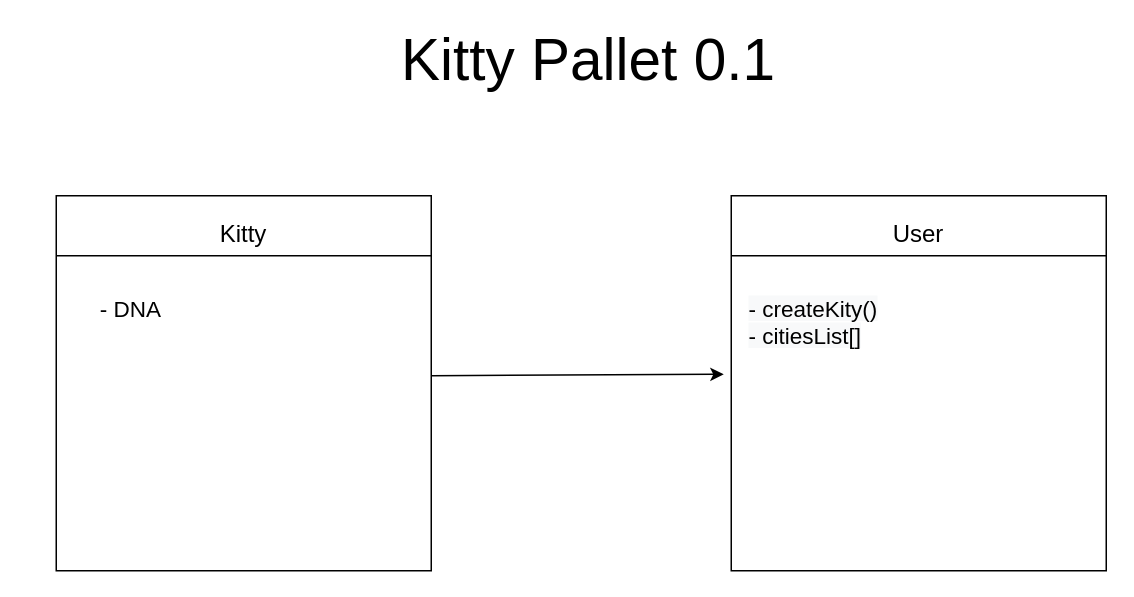
The draw.io diagram Untitled Diagram.drawio in TomaszWaszczyk/substrate-runtime-developer, before the edit. Source tidied: cells renumbered, new cells numbered last; positions are measured from the earlier drawing's top-left corner, leaving out a move shared by most shapes. Both pictures are drawn from the tidied source at 150%, with x=0, y=0 at pixel (26, 45).
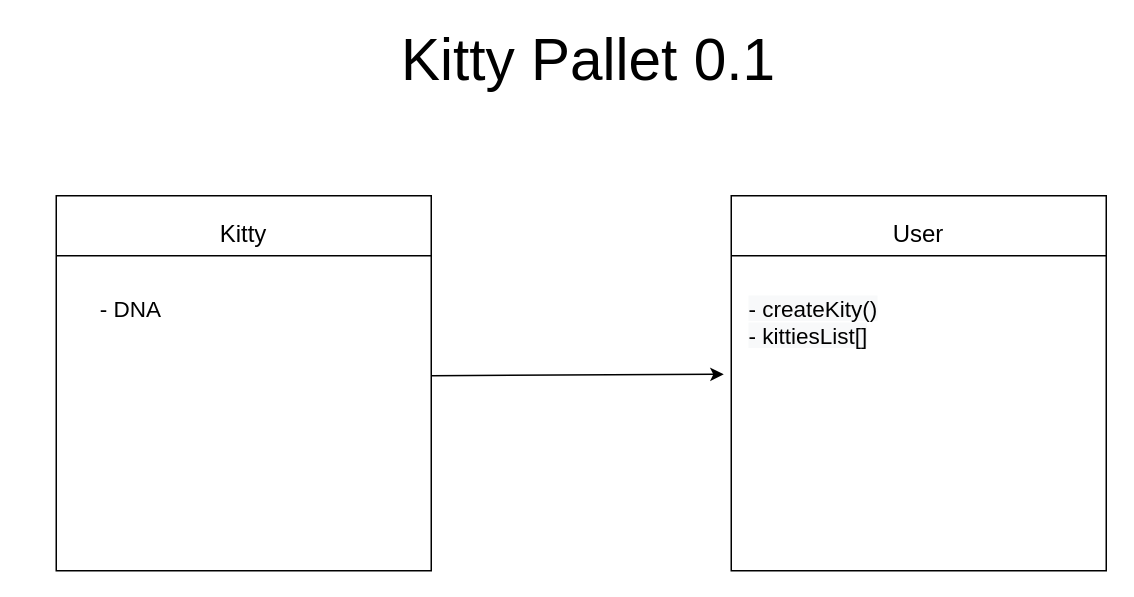
Above is the later version.

Commit message:
Added Kitty pallet Diagram.drawio

What changed in the source:
```diff
@@
 <mxGraphModel>
   <root>
     <mxCell id="0" />
     <mxCell id="1" parent="0" />
     <mxCell id="2" style="whiteSpace=wrap;html=1;" parent="1" vertex="1">
       <mxGeometry x="20" y="100" width="250" height="250" as="geometry" />
     </mxCell>
     <mxCell id="3" style="whiteSpace=wrap;html=1;" parent="1" vertex="1">
       <mxGeometry x="470" y="100" width="250" height="250" as="geometry" />
     </mxCell>
     <mxCell id="4" style="endArrow=classic;html=1;" parent="1" edge="1">
       <mxGeometry relative="1" as="geometry">
         <mxPoint x="270" y="220" as="sourcePoint" />
         <mxPoint x="465" y="219" as="targetPoint" />
       </mxGeometry>
     </mxCell>
     <mxCell id="5" value="&lt;font style=&quot;font-size: 16px&quot;&gt;Kitty&lt;/font&gt;" style="text;html=1;strokeColor=none;fillColor=none;align=center;verticalAlign=middle;whiteSpace=wrap;rounded=0;" parent="1" vertex="1">
       <mxGeometry x="55" y="110" width="180" height="30" as="geometry" />
     </mxCell>
     <mxCell id="6" value="&lt;font style=&quot;font-size: 16px&quot;&gt;User&lt;/font&gt;" style="text;html=1;strokeColor=none;fillColor=none;align=center;verticalAlign=middle;whiteSpace=wrap;rounded=0;" parent="1" vertex="1">
       <mxGeometry x="505" y="110" width="180" height="30" as="geometry" />
     </mxCell>
     <mxCell id="7" style="endArrow=none;html=1;" parent="1" edge="1" target="2">
       <mxGeometry relative="1" as="geometry">
         <mxPoint x="20" y="140" as="sourcePoint" />
       </mxGeometry>
     </mxCell>
     <mxCell id="8" style="endArrow=none;html=1;" parent="1" edge="1">
       <mxGeometry relative="1" as="geometry">
         <mxPoint x="20" y="140" as="sourcePoint" />
         <mxPoint x="270" y="140" as="targetPoint" />
       </mxGeometry>
     </mxCell>
     <mxCell id="9" style="endArrow=none;html=1;" parent="1" edge="1" target="2">
       <mxGeometry relative="1" as="geometry">
         <mxPoint x="20" y="140" as="sourcePoint" />
       </mxGeometry>
     </mxCell>
     <mxCell id="10" style="endArrow=none;html=1;" parent="1" edge="1">
       <mxGeometry relative="1" as="geometry">
         <mxPoint x="470" y="140" as="sourcePoint" />
         <mxPoint x="720" y="140" as="targetPoint" />
       </mxGeometry>
     </mxCell>
     <mxCell id="11" value="&lt;span style=&quot;font-size: 15px&quot;&gt;- DNA&lt;/span&gt;" style="text;html=1;strokeColor=none;fillColor=none;align=center;verticalAlign=middle;whiteSpace=wrap;rounded=0;" parent="1" vertex="1">
       <mxGeometry y="150" width="140" height="50" as="geometry" />
     </mxCell>
-    <mxCell id="12" value="&lt;span style=&quot;color: rgb(0 , 0 , 0) ; font-family: &amp;#34;helvetica&amp;#34; ; font-size: 15px ; font-style: normal ; font-weight: 400 ; letter-spacing: normal ; text-align: center ; text-indent: 0px ; text-transform: none ; word-spacing: 0px ; background-color: rgb(248 , 249 , 250) ; display: inline ; float: none&quot;&gt;- createKity()&lt;br&gt;- citiesList[]&lt;br&gt;&lt;/span&gt;" style="text;whiteSpace=wrap;html=1;" parent="1" vertex="1">
+    <mxCell id="12" value="&lt;span style=&quot;color: rgb(0 , 0 , 0) ; font-family: &amp;#34;helvetica&amp;#34; ; font-size: 15px ; font-style: normal ; font-weight: 400 ; letter-spacing: normal ; text-align: center ; text-indent: 0px ; text-transform: none ; word-spacing: 0px ; background-color: rgb(248 , 249 , 250) ; display: inline ; float: none&quot;&gt;- createKity()&lt;br&gt;- kittiesList[]&lt;br&gt;&lt;/span&gt;" style="text;whiteSpace=wrap;html=1;" parent="1" vertex="1">
       <mxGeometry x="480" y="160" width="170" height="120" as="geometry" />
     </mxCell>
     <mxCell id="13" value="&lt;font style=&quot;font-size: 39px&quot;&gt;Kitty Pallet 0.1&lt;/font&gt;" style="text;html=1;strokeColor=none;fillColor=none;align=center;verticalAlign=middle;whiteSpace=wrap;rounded=0;" parent="1" vertex="1">
       <mxGeometry x="215" width="320" height="20" as="geometry" />
     </mxCell>
   </root>
 </mxGraphModel>
```
